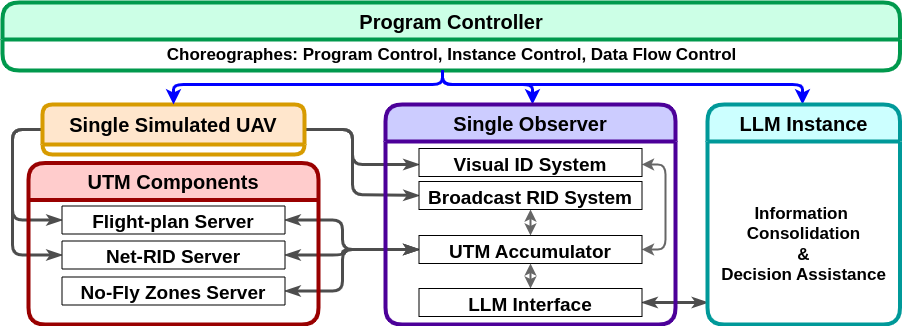
This is GenZero/GenZero-Full_System.png from madatr/UTM-Diagrams, a draw.io export, as it was before one commit. Source tidied: cells renumbered, new cells last; positions are measured from the earlier drawing's top-left corner, leaving out a move shared by most shapes.
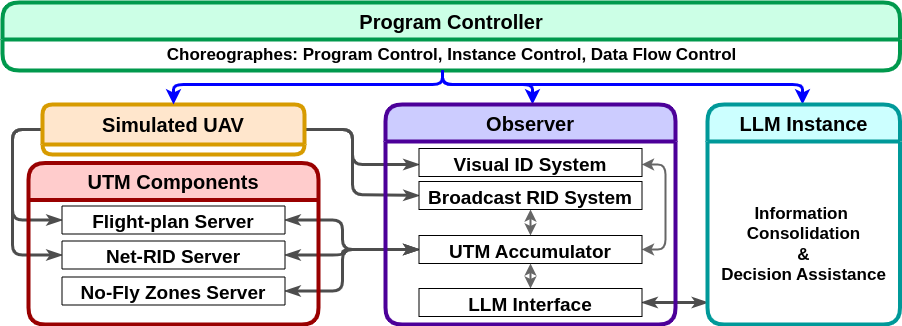
The same diagram one commit later.

Change to the diagram source:
```diff
@@ -37,7 +37,7 @@
         </Array>
       </mxGeometry>
     </mxCell>
-    <mxCell id="6" value="&lt;font style=&quot;font-size: 20px;&quot;&gt;Single Simulated UAV&lt;/font&gt;" style="swimlane;whiteSpace=wrap;html=1;rounded=1;fillColor=#ffe6cc;strokeColor=#D79B00;strokeWidth=4;perimeterSpacing=0;fillStyle=auto;startSize=40;fontSize=20;" parent="1" vertex="1" collapsed="1">
+    <mxCell id="6" value="&lt;font style=&quot;font-size: 20px;&quot;&gt;Simulated UAV&lt;/font&gt;" style="swimlane;whiteSpace=wrap;html=1;rounded=1;fillColor=#ffe6cc;strokeColor=#D79B00;strokeWidth=4;perimeterSpacing=0;fillStyle=auto;startSize=40;fontSize=20;" parent="1" vertex="1" collapsed="1">
       <mxGeometry x="40" y="102" width="262" height="50" as="geometry" />
     </mxCell>
     <mxCell id="7" style="edgeStyle=orthogonalEdgeStyle;rounded=1;jettySize=auto;html=1;strokeWidth=3;curved=0;endArrow=classicThin;endFill=1;startArrow=classicThin;startFill=1;jumpStyle=line;strokeColor=#4D4D4D;entryX=1;entryY=0.5;entryDx=0;entryDy=0;" parent="1" edge="1" source="27" target="21">
@@ -97,7 +97,7 @@
         </Array>
       </mxGeometry>
     </mxCell>
-    <mxCell id="15" value="&lt;font style=&quot;font-size: 20px;&quot;&gt;Single Observer&lt;/font&gt;" style="swimlane;whiteSpace=wrap;html=1;rounded=1;fillColor=#CCCCFF;strokeColor=#4C0099;strokeWidth=4;perimeterSpacing=0;fillStyle=auto;startSize=37;fontSize=20;" parent="1" vertex="1">
+    <mxCell id="15" value="&lt;font style=&quot;font-size: 20px;&quot;&gt;Observer&lt;/font&gt;" style="swimlane;whiteSpace=wrap;html=1;rounded=1;fillColor=#CCCCFF;strokeColor=#4C0099;strokeWidth=4;perimeterSpacing=0;fillStyle=auto;startSize=37;fontSize=20;" parent="1" vertex="1">
       <mxGeometry x="383" y="102" width="290" height="220" as="geometry" />
     </mxCell>
     <mxCell id="16" style="edgeStyle=orthogonalEdgeStyle;rounded=1;jettySize=auto;html=1;strokeColor=#666666;strokeWidth=2;align=center;verticalAlign=middle;fontFamily=Helvetica;fontSize=11;fontColor=default;labelBackgroundColor=default;startArrow=classic;startFill=1;endArrow=classic;curved=0;" parent="15" edge="1" source="17" target="19">
```
